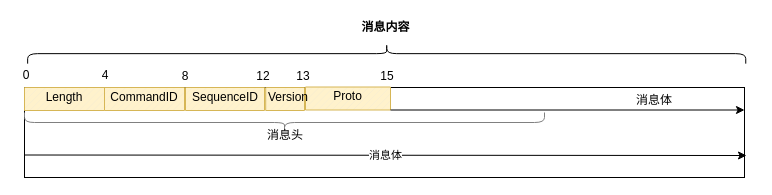
Above: 未命名绘图.drawio in tong3jie/islogin (draw.io), before the change. Source tidied: cells renumbered, new cells numbered last; positions are measured from the earlier drawing's top-left corner, leaving out a move shared by most shapes. Both pictures are drawn from the tidied source at 100%, with x=0, y=0 at pixel (21, -306).
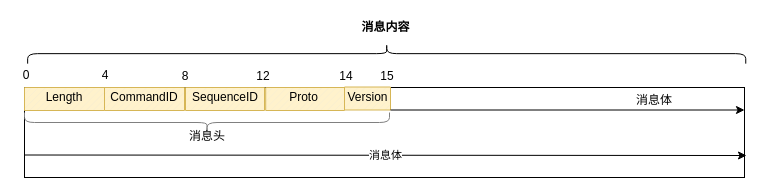
The same diagram, later.

Commit message:
更新未命名绘图.drawio

Diff of the diagram source:
```diff
@@
     <mxCell id="6" style="verticalLabelPosition=bottom;verticalAlign=top;html=1;shape=mxgraph.basic.patternFillRect;fillStyle=diag;step=5;fillStrokeWidth=0.2;fillStrokeColor=#dddddd;rounded=1;fillColor=#fff2cc;strokeColor=#d6b656;" parent="1" vertex="1">
-      <mxGeometry x="244.2" y="393" width="38.8" height="23" as="geometry" />
+      <mxGeometry x="244.2" y="393" width="78.8" height="23" as="geometry" />
     </mxCell>
     <mxCell id="7" style="verticalLabelPosition=bottom;verticalAlign=top;html=1;shape=mxgraph.basic.patternFillRect;fillStyle=diag;step=5;fillStrokeWidth=0.2;fillStrokeColor=#dddddd;rounded=1;fillColor=#fff2cc;strokeColor=#d6b656;" parent="1" vertex="1">
-      <mxGeometry x="284" y="392.5" width="85" height="23" as="geometry" />
+      <mxGeometry x="323" y="392.5" width="46" height="23" as="geometry" />
     </mxCell>
@@
     <mxCell id="13" value="Version" style="text;html=1;strokeColor=none;fillColor=none;align=center;verticalAlign=middle;whiteSpace=wrap;rounded=0;" parent="1" vertex="1">
-      <mxGeometry x="247" y="393" width="40" height="20" as="geometry" />
+      <mxGeometry x="323.8" y="393" width="44.5" height="20" as="geometry" />
     </mxCell>
     <mxCell id="14" value="&lt;span&gt;Proto&lt;/span&gt;" style="text;html=1;strokeColor=none;fillColor=none;align=center;verticalAlign=middle;whiteSpace=wrap;rounded=0;" parent="1" vertex="1">
-      <mxGeometry x="310" y="391.5" width="33" height="20" as="geometry" />
+      <mxGeometry x="265.5" y="392.5" width="33" height="20" as="geometry" />
     </mxCell>
@@
-    <mxCell id="19" value="13" style="text;html=1;strokeColor=none;fillColor=none;align=center;verticalAlign=middle;whiteSpace=wrap;rounded=0;" parent="1" vertex="1">
-      <mxGeometry x="277" y="377" width="10" height="10" as="geometry" />
+    <mxCell id="19" value="14" style="text;html=1;strokeColor=none;fillColor=none;align=center;verticalAlign=middle;whiteSpace=wrap;rounded=0;" parent="1" vertex="1">
+      <mxGeometry x="320" y="377" width="10" height="10" as="geometry" />
     </mxCell>
@@
     <mxCell id="25" style="shape=curlyBracket;whiteSpace=wrap;html=1;rounded=1;flipH=1;rotation=90;fontColor=#CCFF99;strokeColor=#808080;" parent="1" vertex="1">
-      <mxGeometry x="253" y="168" width="20" height="520" as="geometry" />
+      <mxGeometry x="175.5" y="245.5" width="20" height="365" as="geometry" />
     </mxCell>
     <mxCell id="26" value="消息头" style="text;html=1;strokeColor=none;fillColor=none;align=center;verticalAlign=middle;whiteSpace=wrap;rounded=0;" parent="1" vertex="1">
-      <mxGeometry x="244" y="431" width="40" height="20" as="geometry" />
+      <mxGeometry x="165.5" y="432" width="40" height="20" as="geometry" />
     </mxCell>
```
